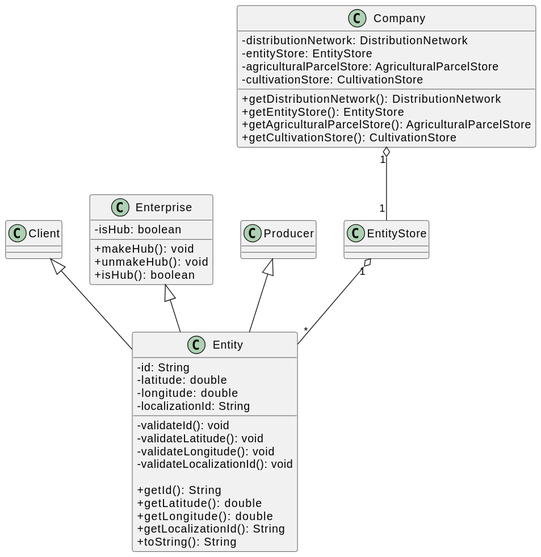
Earlier version of the PlantUML export docs/CD.svg (miseEnPlace-dev/lapr3). Its diagram source:
```plantuml
@startuml CD

skinparam classAttributeIconSize 0

class Entity {
  - id: String
  - latitude: double
  - longitude: double
  - localizationId: String

  -validateId(): void
  -validateLatitude(): void
  -validateLongitude(): void
  -validateLocalizationId(): void

  +getId(): String
  +getLatitude(): double
  +getLongitude(): double
  +getLocalizationId(): String
  +toString(): String
}

class Client {}

class Enterprise {
  -isHub: boolean

  +makeHub(): void
  +unmakeHub(): void
  +isHub(): boolean
}

class Producer {}

Client <|-- Entity
Enterprise <|-- Entity
Producer <|-- Entity

class Company {
   - distributionNetwork: DistributionNetwork
   - entityStore: EntityStore
   - agriculturalParcelStore: AgriculturalParcelStore
   - cultivationStore: CultivationStore

  +getDistributionNetwork(): DistributionNetwork
  +getEntityStore(): EntityStore
  +getAgriculturalParcelStore(): AgriculturalParcelStore
  +getCultivationStore(): CultivationStore
}

class EntityStore {}

EntityStore "1" o-- "*" Entity

Company "1" o-- "1" EntityStore

@enduml
```
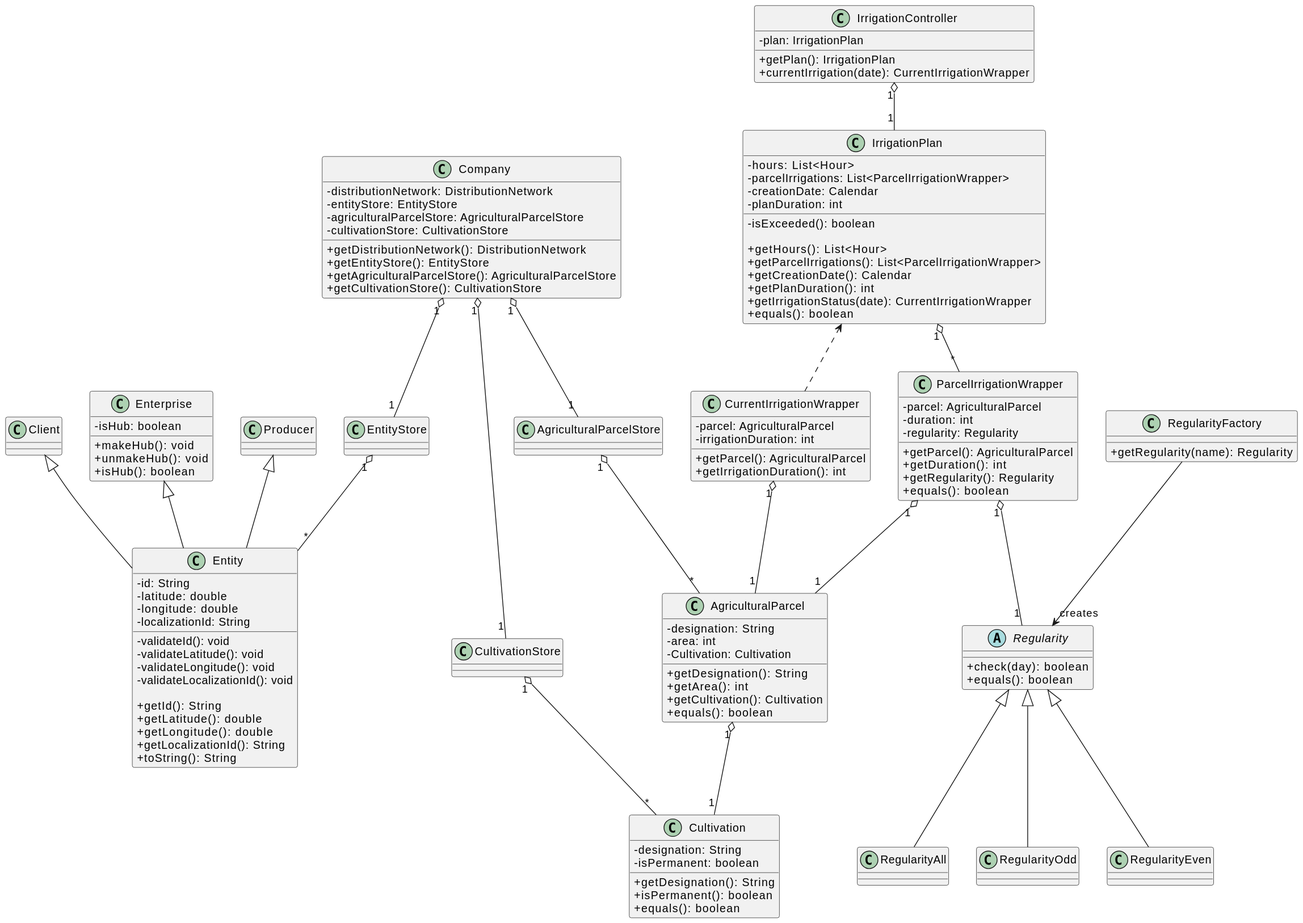
The same file after the commit.

Commit message:
docs: exported class diagram svg

The edit, as a diff of the source:
```diff
@@ -32,6 +32,26 @@
 
 class Producer {}
 
+class AgriculturalParcel {
+  -designation: String
+  -area: int
+  -Cultivation: Cultivation
+
+  +getDesignation(): String
+  +getArea(): int
+  +getCultivation(): Cultivation
+  +equals(): boolean
+}
+
+class Cultivation {
+  -designation: String
+  -isPermanent: boolean
+
+  +getDesignation(): String
+  +isPermanent(): boolean
+  +equals(): boolean
+}
+
 Client <|-- Entity
 Enterprise <|-- Entity
 Producer <|-- Entity
@@ -50,8 +70,90 @@
 
 class EntityStore {}
 
+class AgriculturalParcelStore {}
+
+class CultivationStore {}
+
+class IrrigationPlan {
+   -hours: List<Hour>
+   -parcelIrrigations: List<ParcelIrrigationWrapper>
+   -creationDate: Calendar
+   -planDuration: int
+
+  -isExceeded(): boolean
+
+  +getHours(): List<Hour>
+  +getParcelIrrigations(): List<ParcelIrrigationWrapper>
+  +getCreationDate(): Calendar
+  +getPlanDuration(): int
+  +getIrrigationStatus(date): CurrentIrrigationWrapper
+  +equals(): boolean
+}
+
+class IrrigationController {
+   -plan: IrrigationPlan
+
+   +getPlan(): IrrigationPlan
+   +currentIrrigation(date): CurrentIrrigationWrapper
+}
+
+class CurrentIrrigationWrapper {
+  -parcel: AgriculturalParcel
+  -irrigationDuration: int
+
+  +getParcel(): AgriculturalParcel
+  +getIrrigationDuration(): int
+}
+
+class ParcelIrrigationWrapper {
+   - parcel: AgriculturalParcel
+   - duration: int
+   - regularity: Regularity
+
+   +getParcel(): AgriculturalParcel
+   +getDuration(): int
+   +getRegularity(): Regularity
+   +equals(): boolean
+}
+
+abstract Regularity {
+   +check(day): boolean
+   +equals(): boolean
+}
+
+class RegularityFactory {
+   +getRegularity(name): Regularity
+}
+
+class RegularityAll {}
+class RegularityOdd {}
+class RegularityEven {}
+
+Regularity <|-- RegularityAll
+Regularity <|-- RegularityOdd
+Regularity <|-- RegularityEven
+
+RegularityFactory --> "creates" Regularity
+
+ParcelIrrigationWrapper "1" o-- "1" Regularity
+
 EntityStore "1" o-- "*" Entity
 
+AgriculturalParcelStore "1" o-- "*" AgriculturalParcel
+CultivationStore "1" o-- "*" Cultivation
+
+AgriculturalParcel "1" o-- "1" Cultivation
+IrrigationController "1" o-- "1" IrrigationPlan
+
+IrrigationPlan "1" o-- "*" ParcelIrrigationWrapper
+
+ParcelIrrigationWrapper "1" o-- "1" AgriculturalParcel
+CurrentIrrigationWrapper "1" o-- "1" AgriculturalParcel
+
+IrrigationPlan <.. CurrentIrrigationWrapper
+
 Company "1" o-- "1" EntityStore
+Company "1" o-- "1" AgriculturalParcelStore
+Company "1" o-- "1" CultivationStore
 
 @enduml
```
